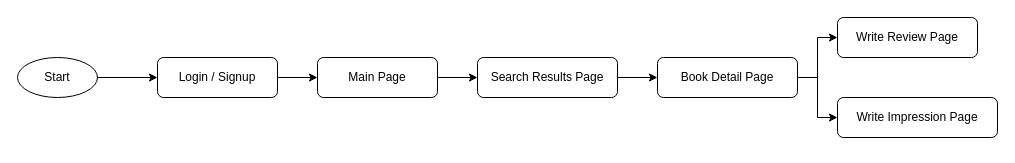
This is flowchart.drawio from mujeeg-men/FE, a draw.io file, before an edit. Source tidied: cells renumbered, new cells numbered last; positions are measured from the earlier drawing's top-left corner, leaving out a move shared by most shapes. Both pictures are drawn from the tidied source at 100%, with x=0, y=0 at pixel (17, 17).
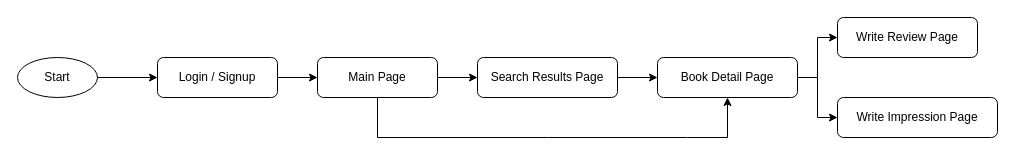
After the change.

The edit, as a diff of the source:
```diff
@@
 <mxGraphModel>
   <root>
     <mxCell id="0" />
     <mxCell id="1" parent="0" />
     <mxCell id="2" value="Start" style="ellipse;whiteSpace=wrap;html=1;" parent="1" vertex="1">
       <mxGeometry y="40" width="80" height="40" as="geometry" />
     </mxCell>
     <mxCell id="3" value="Login / Signup" style="rounded=1;whiteSpace=wrap;html=1;" parent="1" vertex="1">
       <mxGeometry x="140" y="40" width="120" height="40" as="geometry" />
     </mxCell>
     <mxCell id="4" value="Main Page" style="rounded=1;whiteSpace=wrap;html=1;" parent="1" vertex="1">
       <mxGeometry x="300" y="40" width="120" height="40" as="geometry" />
     </mxCell>
     <mxCell id="5" value="Search Results Page" style="rounded=1;whiteSpace=wrap;html=1;" parent="1" vertex="1">
       <mxGeometry x="460" y="40" width="140" height="40" as="geometry" />
     </mxCell>
     <mxCell id="6" value="Book Detail Page" style="rounded=1;whiteSpace=wrap;html=1;" parent="1" vertex="1">
       <mxGeometry x="640" y="40" width="140" height="40" as="geometry" />
     </mxCell>
     <mxCell id="7" value="Write Review Page" style="rounded=1;whiteSpace=wrap;html=1;" parent="1" vertex="1">
       <mxGeometry x="820" width="140" height="40" as="geometry" />
     </mxCell>
     <mxCell id="8" value="Write Impression Page" style="rounded=1;whiteSpace=wrap;html=1;" parent="1" vertex="1">
       <mxGeometry x="820" y="80" width="160" height="40" as="geometry" />
     </mxCell>
     <mxCell id="9" style="edgeStyle=orthogonalEdgeStyle;rounded=0;" parent="1" edge="1" source="2" target="3">
       <mxGeometry relative="1" as="geometry" />
     </mxCell>
     <mxCell id="10" style="edgeStyle=orthogonalEdgeStyle;rounded=0;" parent="1" edge="1" source="3" target="4">
       <mxGeometry relative="1" as="geometry" />
     </mxCell>
     <mxCell id="11" style="edgeStyle=orthogonalEdgeStyle;rounded=0;" parent="1" edge="1" source="4" target="5">
       <mxGeometry relative="1" as="geometry" />
     </mxCell>
     <mxCell id="12" style="edgeStyle=orthogonalEdgeStyle;rounded=0;" parent="1" edge="1" source="5" target="6">
       <mxGeometry relative="1" as="geometry" />
     </mxCell>
     <mxCell id="13" style="edgeStyle=orthogonalEdgeStyle;rounded=0;" parent="1" edge="1" source="6" target="7">
       <mxGeometry relative="1" as="geometry" />
     </mxCell>
     <mxCell id="14" style="edgeStyle=orthogonalEdgeStyle;rounded=0;" parent="1" edge="1" source="6" target="8">
       <mxGeometry relative="1" as="geometry" />
     </mxCell>
+    <mxCell id="15" style="endArrow=classic;html=1;rounded=0;entryX=0.5;entryY=1;entryDx=0;entryDy=0;exitX=0.5;exitY=1;exitDx=0;exitDy=0;" parent="1" edge="1" source="4" target="6">
+      <mxGeometry relative="1" as="geometry">
+        <Array as="points">
+          <mxPoint x="360" y="120" />
+          <mxPoint x="530" y="120" />
+          <mxPoint x="670" y="120" />
+          <mxPoint x="710" y="120" />
+        </Array>
+      </mxGeometry>
+    </mxCell>
   </root>
 </mxGraphModel>
```
